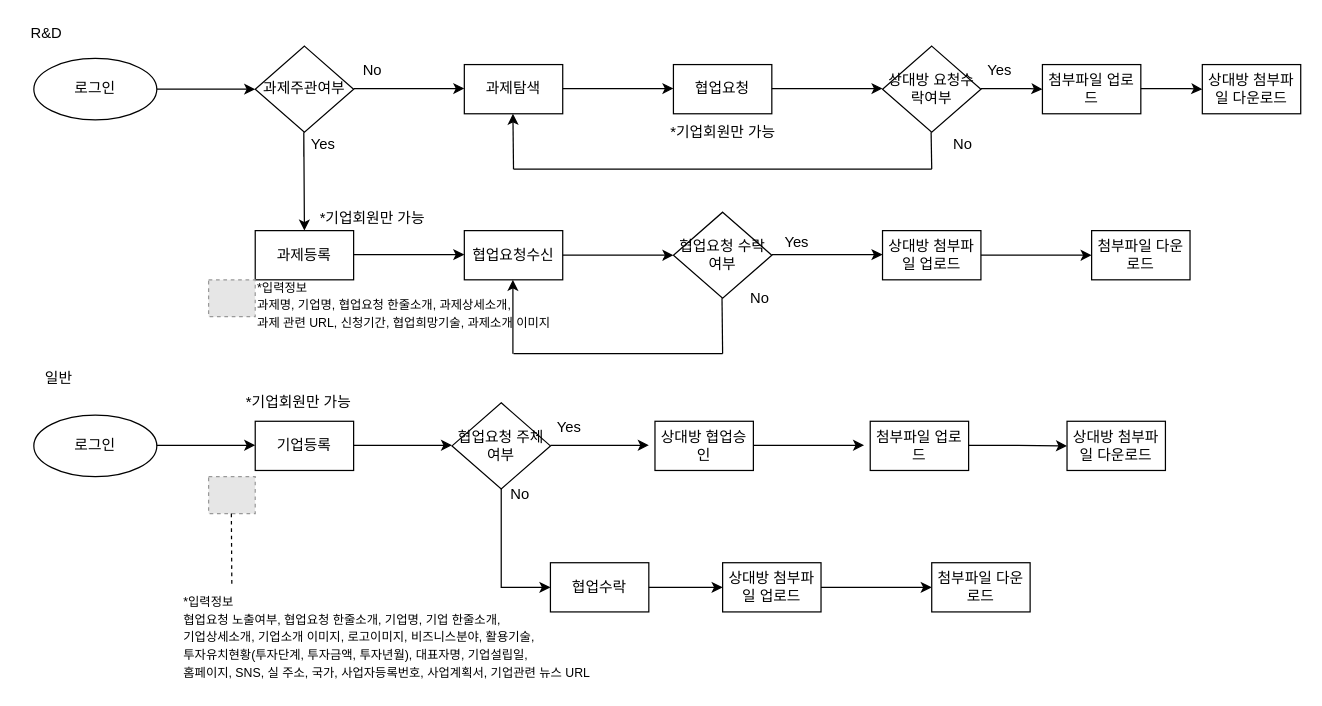
Earlier version of the draw.io diagram 협업_수정.drawio (Lucidhomme/TIL). Source tidied: cells renumbered, new cells numbered last; positions are measured from the earlier drawing's top-left corner, leaving out a move shared by most shapes. Both pictures are drawn from the tidied source at 123%, with x=0, y=0 at pixel (21, 21). Pictures stored in the file or linked from it are replaced by grey dashed boxes.
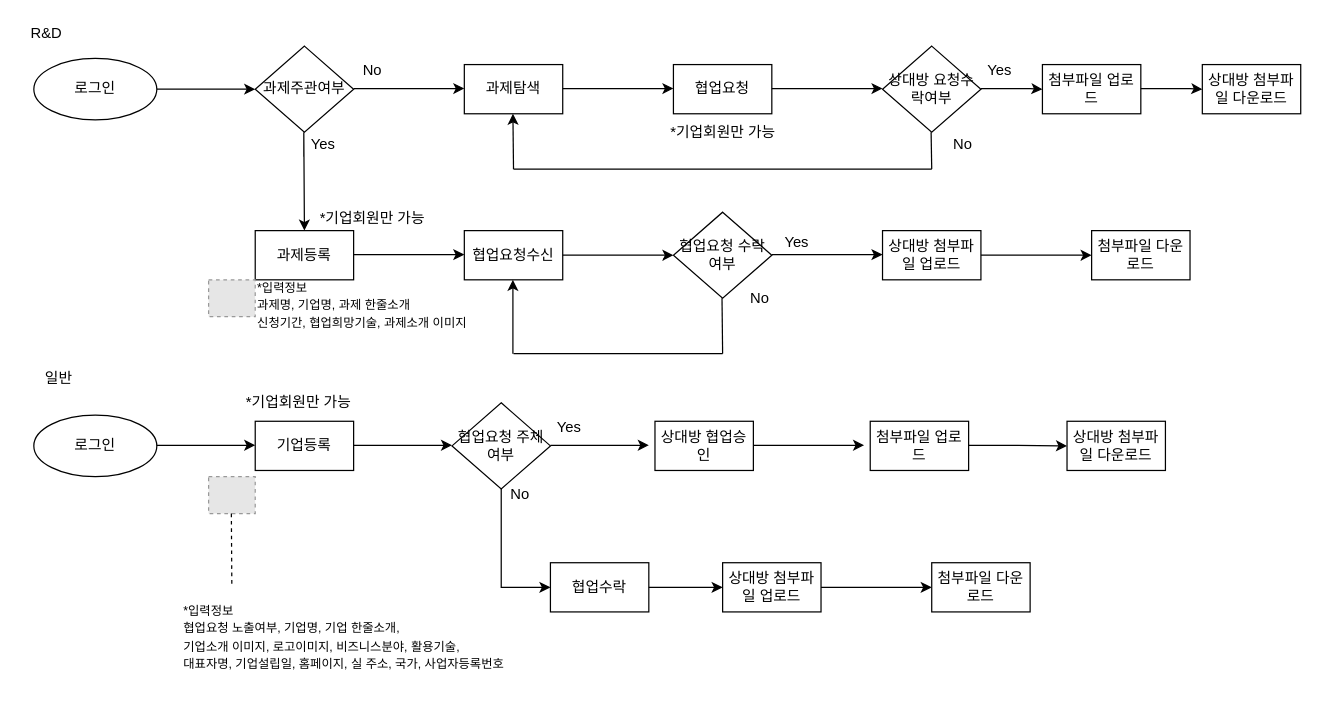
The same diagram, later.

Change to the diagram source:
```diff
@@
-    <mxCell id="29" value="&lt;font style=&quot;font-size: 10px&quot;&gt;*입력정보&lt;br&gt;&lt;/font&gt;&lt;p style=&quot;margin-top: 0pt ; margin-bottom: 0pt ; margin-left: 0in ; text-indent: 0in ; direction: ltr ; unicode-bidi: embed&quot;&gt;&lt;font style=&quot;font-size: 10px&quot;&gt;&lt;span style=&quot;font-family: &amp;#34;맑은 고딕&amp;#34;&quot;&gt;과제명&lt;/span&gt;&lt;span style=&quot;font-family: &amp;#34;맑은 고딕&amp;#34;&quot;&gt;, &lt;/span&gt;&lt;span style=&quot;font-family: &amp;#34;맑은 고딕&amp;#34;&quot;&gt;기업명&lt;/span&gt;&lt;span style=&quot;font-family: &amp;#34;맑은 고딕&amp;#34;&quot;&gt;, &lt;/span&gt;&lt;span style=&quot;font-family: &amp;#34;맑은 고딕&amp;#34;&quot;&gt;협업요청 &lt;/span&gt;&lt;span style=&quot;font-family: &amp;#34;맑은 고딕&amp;#34;&quot;&gt;한줄소개&lt;/span&gt;&lt;span style=&quot;font-family: &amp;#34;맑은 고딕&amp;#34;&quot;&gt;, 과제상세&lt;/span&gt;&lt;span style=&quot;font-family: &amp;#34;맑은 고딕&amp;#34;&quot;&gt;소개&lt;/span&gt;&lt;span style=&quot;font-family: &amp;#34;맑은 고딕&amp;#34;&quot;&gt;,&amp;nbsp;&lt;/span&gt;&lt;/font&gt;&lt;/p&gt;&lt;p style=&quot;margin-top: 0pt ; margin-bottom: 0pt ; margin-left: 0in ; text-indent: 0in ; direction: ltr ; unicode-bidi: embed&quot;&gt;&lt;font style=&quot;font-size: 10px&quot;&gt;&lt;span style=&quot;font-family: &amp;#34;맑은 고딕&amp;#34;&quot;&gt;과제 관련 &lt;/span&gt;&lt;span style=&quot;font-family: &amp;#34;맑은 고딕&amp;#34;&quot;&gt;URL&lt;/span&gt;&lt;span style=&quot;font-family: &amp;#34;맑은 고딕&amp;#34;&quot;&gt;,&amp;nbsp;&lt;/span&gt;&lt;/font&gt;&lt;span style=&quot;font-size: 10px ; text-indent: 0in ; font-family: &amp;#34;맑은 고딕&amp;#34;&quot;&gt;신청기간&lt;/span&gt;&lt;span style=&quot;font-size: 10px ; text-indent: 0in ; font-family: &amp;#34;맑은 고딕&amp;#34;&quot;&gt;, &lt;/span&gt;&lt;span style=&quot;font-size: 10px ; text-indent: 0in ; font-family: &amp;#34;맑은 고딕&amp;#34;&quot;&gt;협업희망기술&lt;/span&gt;&lt;span style=&quot;font-size: 10px ; text-indent: 0in ; font-family: &amp;#34;맑은 고딕&amp;#34;&quot;&gt;, 과제소개&amp;nbsp;&lt;/span&gt;&lt;span style=&quot;font-size: 10px ; text-indent: 0in ; font-family: &amp;#34;맑은 고딕&amp;#34;&quot;&gt;이미지&lt;/span&gt;&lt;/p&gt;" style="text;html=1;align=left;verticalAlign=middle;fillColor=none;strokeColor=none;rounded=0;" parent="1" vertex="1">
-      <mxGeometry x="190" y="205" width="270" height="50" as="geometry" />
+    <mxCell id="29" value="&lt;font style=&quot;font-size: 10px&quot;&gt;*입력정보&lt;br&gt;&lt;/font&gt;&lt;p style=&quot;margin-top: 0pt ; margin-bottom: 0pt ; margin-left: 0in ; text-indent: 0in ; direction: ltr ; unicode-bidi: embed&quot;&gt;&lt;font style=&quot;font-size: 10px&quot;&gt;&lt;span style=&quot;font-family: &amp;#34;맑은 고딕&amp;#34;&quot;&gt;과제명&lt;/span&gt;&lt;span style=&quot;font-family: &amp;#34;맑은 고딕&amp;#34;&quot;&gt;, &lt;/span&gt;&lt;span style=&quot;font-family: &amp;#34;맑은 고딕&amp;#34;&quot;&gt;기업명&lt;/span&gt;&lt;span style=&quot;font-family: &amp;#34;맑은 고딕&amp;#34;&quot;&gt;, 과제&amp;nbsp;&lt;/span&gt;&lt;span style=&quot;font-family: &amp;#34;맑은 고딕&amp;#34;&quot;&gt;한줄소개&lt;/span&gt;&lt;span style=&quot;font-family: &amp;#34;맑은 고딕&amp;#34;&quot;&gt;&amp;nbsp;&lt;/span&gt;&lt;/font&gt;&lt;/p&gt;&lt;p style=&quot;margin-top: 0pt ; margin-bottom: 0pt ; margin-left: 0in ; text-indent: 0in ; direction: ltr ; unicode-bidi: embed&quot;&gt;&lt;span style=&quot;font-size: 10px ; text-indent: 0in ; font-family: &amp;#34;맑은 고딕&amp;#34;&quot;&gt;신청기간&lt;/span&gt;&lt;span style=&quot;font-size: 10px ; text-indent: 0in ; font-family: &amp;#34;맑은 고딕&amp;#34;&quot;&gt;, &lt;/span&gt;&lt;span style=&quot;font-size: 10px ; text-indent: 0in ; font-family: &amp;#34;맑은 고딕&amp;#34;&quot;&gt;협업희망기술&lt;/span&gt;&lt;span style=&quot;font-size: 10px ; text-indent: 0in ; font-family: &amp;#34;맑은 고딕&amp;#34;&quot;&gt;, 과제소개&amp;nbsp;&lt;/span&gt;&lt;span style=&quot;font-size: 10px ; text-indent: 0in ; font-family: &amp;#34;맑은 고딕&amp;#34;&quot;&gt;이미지&lt;/span&gt;&lt;/p&gt;" style="text;html=1;align=left;verticalAlign=middle;fillColor=none;strokeColor=none;rounded=0;" parent="1" vertex="1">
+      <mxGeometry x="190" y="205" width="200" height="50" as="geometry" />
     </mxCell>
-    <mxCell id="30" value="&lt;font style=&quot;font-size: 10px&quot;&gt;*입력정보&lt;br&gt;&lt;/font&gt;&lt;p style=&quot;margin-top: 0pt ; margin-bottom: 0pt ; margin-left: 0in ; text-indent: 0in ; direction: ltr ; unicode-bidi: embed&quot;&gt;&lt;font style=&quot;font-size: 10px&quot;&gt;&lt;span style=&quot;font-family: &amp;#34;맑은 고딕&amp;#34;&quot;&gt;협업요청 노출여부, 협업요청 한줄소개,&amp;nbsp;&lt;/span&gt;&lt;span style=&quot;font-family: &amp;#34;맑은 고딕&amp;#34;&quot;&gt;기업명&lt;/span&gt;&lt;span style=&quot;font-family: &amp;#34;맑은 고딕&amp;#34;&quot;&gt;, 기업&lt;/span&gt;&lt;span style=&quot;font-family: &amp;#34;맑은 고딕&amp;#34;&quot;&gt;&amp;nbsp;&lt;/span&gt;&lt;span style=&quot;font-family: &amp;#34;맑은 고딕&amp;#34;&quot;&gt;한줄소개&lt;/span&gt;&lt;span style=&quot;font-family: &amp;#34;맑은 고딕&amp;#34;&quot;&gt;,&amp;nbsp;&lt;/span&gt;&lt;/font&gt;&lt;/p&gt;&lt;p style=&quot;margin-top: 0pt ; margin-bottom: 0pt ; margin-left: 0in ; text-indent: 0in ; direction: ltr ; unicode-bidi: embed&quot;&gt;&lt;font style=&quot;font-size: 10px&quot;&gt;&lt;span style=&quot;font-family: &amp;#34;맑은 고딕&amp;#34;&quot;&gt;기업상세소개&lt;/span&gt;&lt;span style=&quot;font-family: &amp;#34;맑은 고딕&amp;#34;&quot;&gt;, 기업소개 이미지, 로고이미지, 비즈니스분야, 활용기술,&amp;nbsp;&lt;/span&gt;&lt;/font&gt;&lt;/p&gt;&lt;p style=&quot;margin-top: 0pt ; margin-bottom: 0pt ; margin-left: 0in ; text-indent: 0in ; direction: ltr ; unicode-bidi: embed&quot;&gt;&lt;font style=&quot;font-size: 10px&quot;&gt;&lt;span style=&quot;font-family: &amp;#34;맑은 고딕&amp;#34;&quot;&gt;투자유치현황(투자단계, 투자금액, 투자년월),&amp;nbsp;&lt;/span&gt;&lt;/font&gt;&lt;span style=&quot;font-family: &amp;#34;맑은 고딕&amp;#34; ; font-size: 10px ; text-indent: 0in&quot;&gt;대표자명, 기업설립일,&amp;nbsp;&lt;/span&gt;&lt;/p&gt;&lt;p style=&quot;margin-top: 0pt ; margin-bottom: 0pt ; margin-left: 0in ; text-indent: 0in ; direction: ltr ; unicode-bidi: embed&quot;&gt;&lt;span style=&quot;font-family: &amp;#34;맑은 고딕&amp;#34; ; font-size: 10px ; text-indent: 0in&quot;&gt;홈페이지, SNS, 실 주소, 국가, 사업자등록번호, 사업계획서, 기업관련 뉴스 URL&lt;/span&gt;&lt;/p&gt;" style="text;html=1;align=left;verticalAlign=middle;fillColor=none;strokeColor=none;rounded=0;" parent="1" vertex="1">
-      <mxGeometry x="130" y="460" width="370" height="80" as="geometry" />
+    <mxCell id="30" value="&lt;font style=&quot;font-size: 10px&quot;&gt;*입력정보&lt;br&gt;&lt;/font&gt;&lt;p style=&quot;margin-top: 0pt ; margin-bottom: 0pt ; margin-left: 0in ; text-indent: 0in ; direction: ltr ; unicode-bidi: embed&quot;&gt;&lt;font style=&quot;font-size: 10px&quot;&gt;&lt;span style=&quot;font-family: &amp;#34;맑은 고딕&amp;#34;&quot;&gt;협업요청 노출여부, &lt;/span&gt;&lt;span style=&quot;font-family: &amp;#34;맑은 고딕&amp;#34;&quot;&gt;기업명&lt;/span&gt;&lt;span style=&quot;font-family: &amp;#34;맑은 고딕&amp;#34;&quot;&gt;, 기업&lt;/span&gt;&lt;span style=&quot;font-family: &amp;#34;맑은 고딕&amp;#34;&quot;&gt;&amp;nbsp;&lt;/span&gt;&lt;span style=&quot;font-family: &amp;#34;맑은 고딕&amp;#34;&quot;&gt;한줄소개&lt;/span&gt;&lt;span style=&quot;font-family: &amp;#34;맑은 고딕&amp;#34;&quot;&gt;,&amp;nbsp;&lt;/span&gt;&lt;/font&gt;&lt;/p&gt;&lt;p style=&quot;margin-top: 0pt ; margin-bottom: 0pt ; margin-left: 0in ; text-indent: 0in ; direction: ltr ; unicode-bidi: embed&quot;&gt;&lt;font style=&quot;font-size: 10px&quot;&gt;&lt;span style=&quot;font-family: &amp;#34;맑은 고딕&amp;#34;&quot;&gt;기업소개 이미지, 로고이미지, 비즈니스분야, 활용기술,&amp;nbsp;&lt;/span&gt;&lt;/font&gt;&lt;/p&gt;&lt;p style=&quot;margin-top: 0pt ; margin-bottom: 0pt ; margin-left: 0in ; text-indent: 0in ; direction: ltr ; unicode-bidi: embed&quot;&gt;&lt;span style=&quot;font-family: &amp;#34;맑은 고딕&amp;#34; ; font-size: 10px ; text-indent: 0in&quot;&gt;대표자명, 기업설립일,&amp;nbsp;&lt;/span&gt;&lt;span style=&quot;font-family: &amp;#34;맑은 고딕&amp;#34; ; font-size: 10px ; text-indent: 0in&quot;&gt;홈페이지, 실 주소, 국가, 사업자등록번호&lt;/span&gt;&lt;/p&gt;" style="text;html=1;align=left;verticalAlign=middle;fillColor=none;strokeColor=none;rounded=0;" parent="1" vertex="1">
+      <mxGeometry x="130" y="470" width="300" height="60" as="geometry" />
     </mxCell>
```
